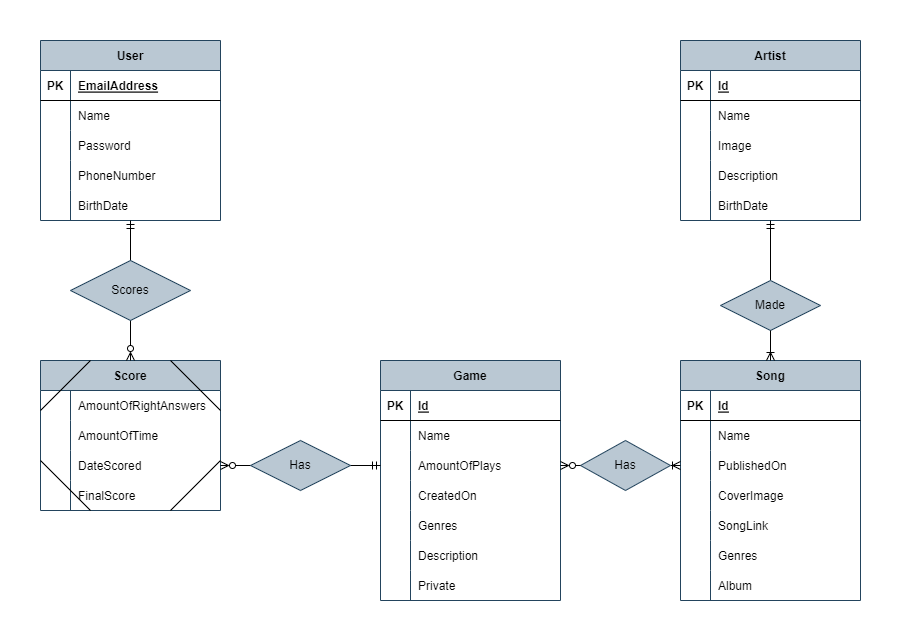
Earlier version of the draw.io export apps/GuessTheSong/src/assets/images/ERD.png (RikVandermullen/guess-the-song). Source tidied: cells renumbered, new cells last; positions are measured from the earlier drawing's top-left corner, leaving out a move shared by most shapes.
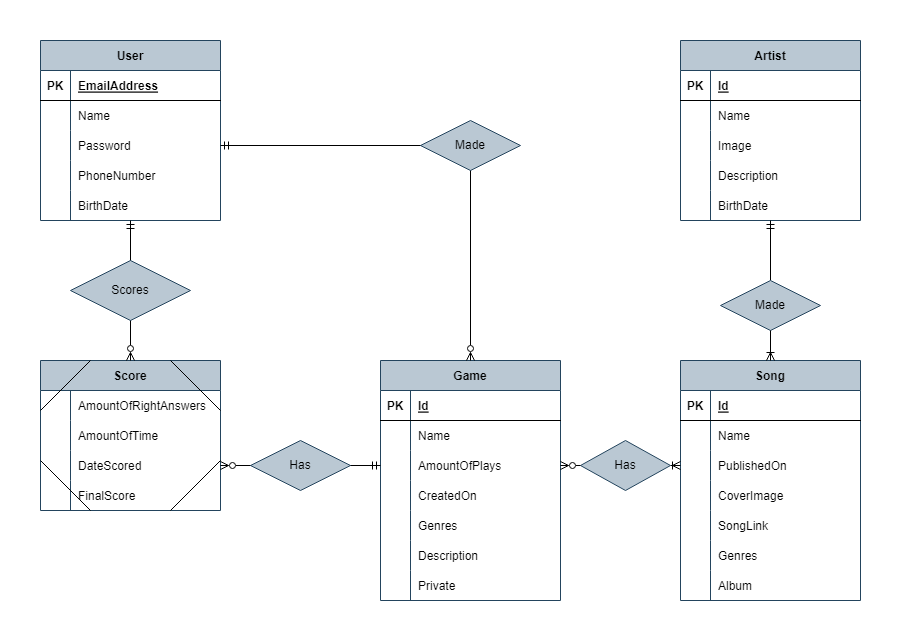
After the commit.

What changed in the source:
```diff
@@ -334,5 +334,15 @@
         <mxPoint x="90" y="510" as="targetPoint" />
       </mxGeometry>
     </mxCell>
+    <mxCell id="108" style="endArrow=ERmandOne;html=1;rounded=0;entryX=1;entryY=0.5;entryDx=0;entryDy=0;exitX=0.5;exitY=0;exitDx=0;exitDy=0;startArrow=ERzeroToMany;startFill=0;endFill=0;" parent="1" edge="1" source="41" target="10">
+      <mxGeometry relative="1" as="geometry">
+        <Array as="points">
+          <mxPoint x="470" y="145" />
+        </Array>
+      </mxGeometry>
+    </mxCell>
+    <mxCell id="109" value="Made" style="shape=rhombus;perimeter=rhombusPerimeter;whiteSpace=wrap;html=1;align=center;fillColor=#bac8d3;strokeColor=#23445d;" parent="1" vertex="1">
+      <mxGeometry x="420" y="120" width="100" height="50" as="geometry" />
+    </mxCell>
   </root>
 </mxGraphModel>
```
